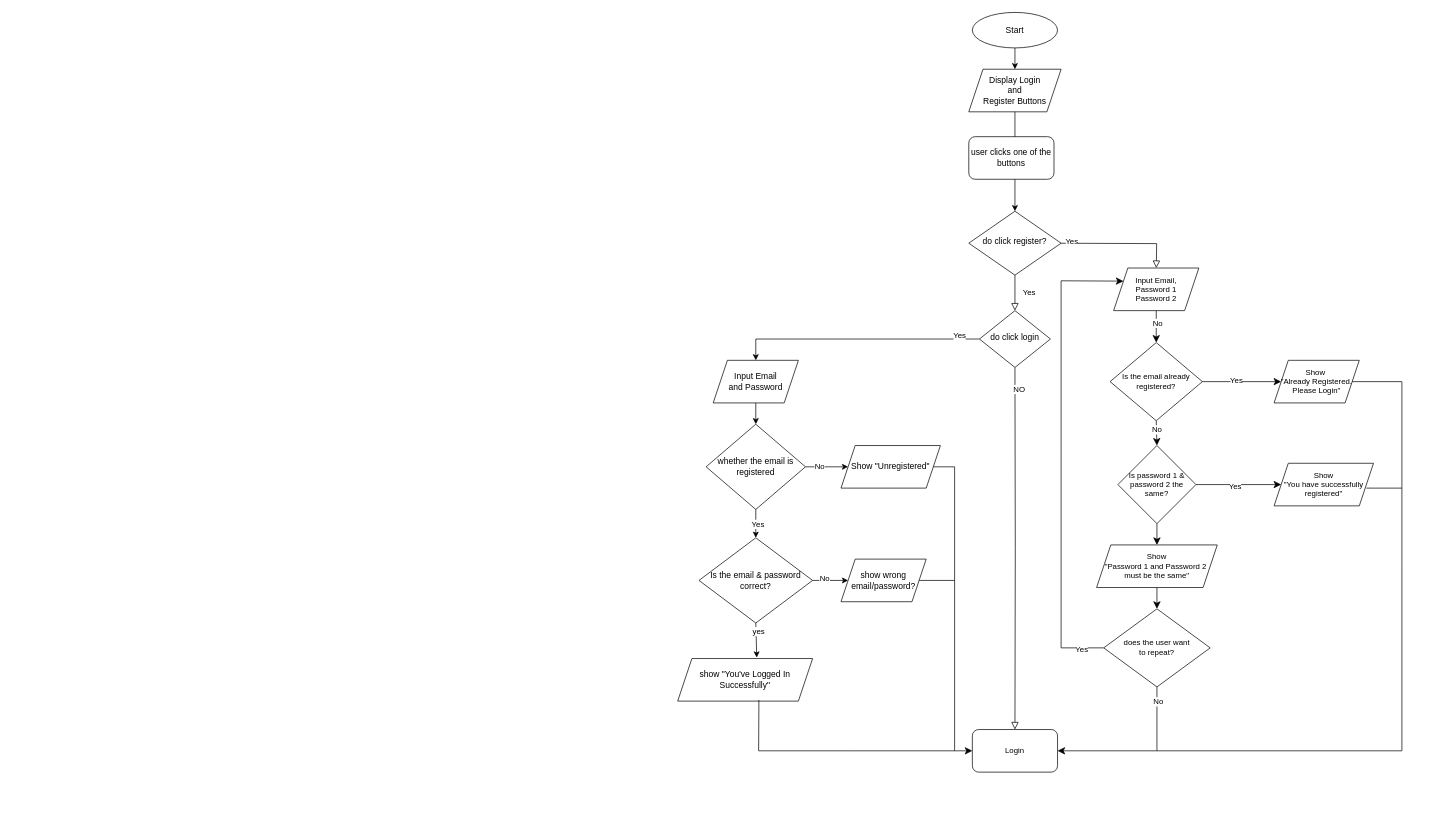
The draw.io diagram Diagram Tanpa Judul.drawio in naufalzahranf/pkl13-qtasnim, before the edit. Source tidied: cells renumbered, new cells numbered last; positions are measured from the earlier drawing's top-left corner, leaving out a move shared by most shapes. Both pictures are drawn from the tidied source at 71%, with x=0, y=0 at pixel (677, 12).
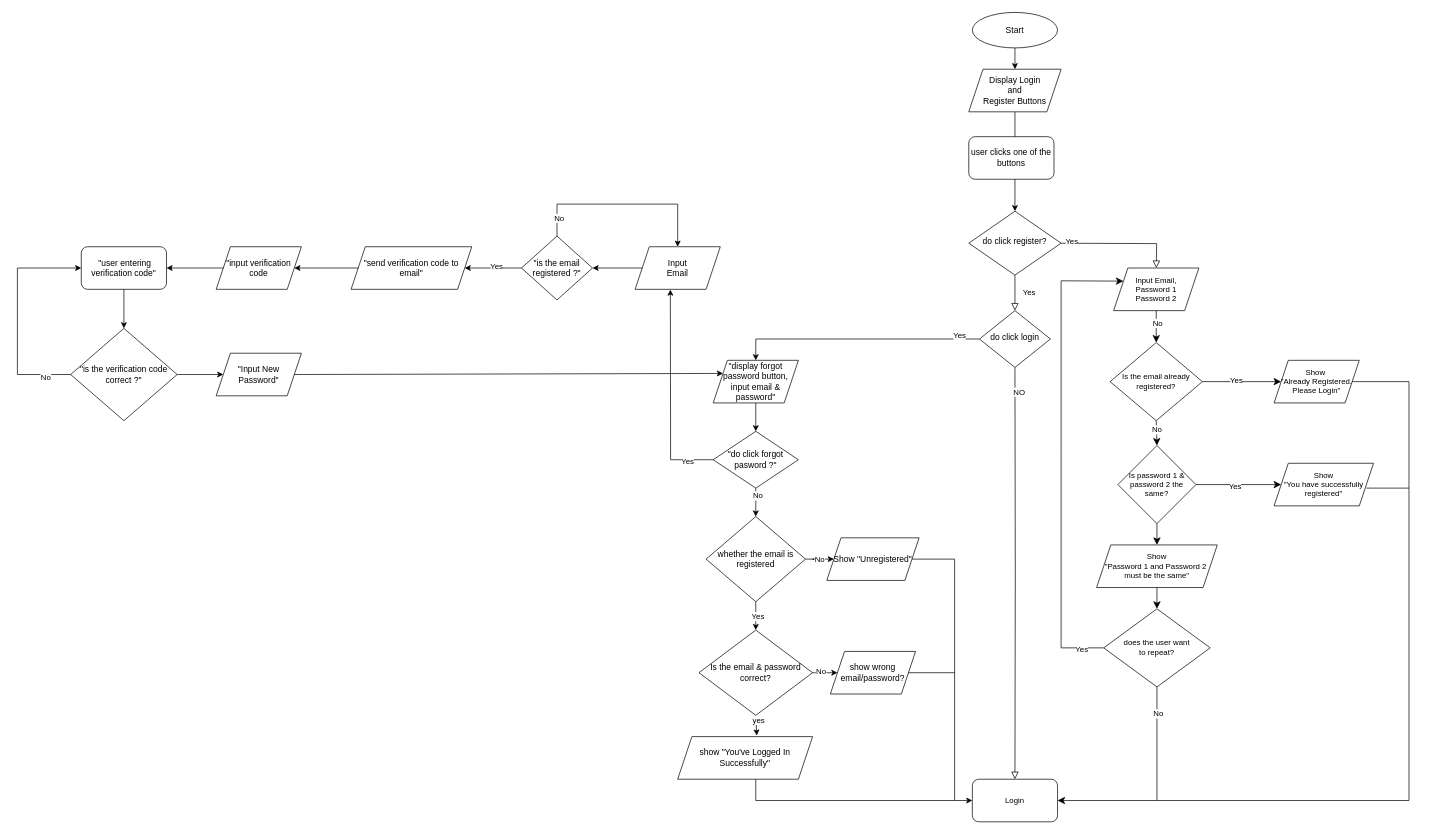
The same page after the edit.

The change refers to these unchanged cells:
```xml
<mxCell id="41" value="&lt;div&gt;Show&amp;nbsp;&lt;/div&gt;&lt;div&gt;&quot;Already Registered. Please Login&quot;&lt;/div&gt;" style="shape=parallelogram;perimeter=parallelogramPerimeter;whiteSpace=wrap;html=1;fixedSize=1;fontFamily=Helvetica;fontSize=11;fontColor=default;" parent="1" vertex="1">
  <mxGeometry x="840" y="490" width="120" height="60" as="geometry" />
</mxCell>
<mxCell id="51" value="does the user want &lt;br&gt;to repeat?" style="rhombus;whiteSpace=wrap;html=1;fontFamily=Helvetica;fontSize=11;fontColor=default;" parent="1" vertex="1">
  <mxGeometry x="600" y="840" width="150" height="110" as="geometry" />
</mxCell>
```

What changed in the source:
```diff
@@
-    <mxCell id="16" value="Input Email&lt;br&gt;and Password" style="shape=parallelogram;perimeter=parallelogramPerimeter;whiteSpace=wrap;html=1;fixedSize=1;" parent="1" vertex="1">
+    <mxCell id="16" value="&quot;display forgot password button, input email &amp;amp; password&quot;" style="shape=parallelogram;perimeter=parallelogramPerimeter;whiteSpace=wrap;html=1;fixedSize=1;" parent="1" vertex="1">
       <mxGeometry x="50" y="490" width="120" height="60" as="geometry" />
     </mxCell>
-    <mxCell id="17" style="endArrow=classic;html=1;rounded=0;entryX=0.5;entryY=0;entryDx=0;entryDy=0;" parent="1" edge="1" target="20">
-      <mxGeometry relative="1" as="geometry">
-        <mxPoint x="110" y="550" as="sourcePoint" />
-      </mxGeometry>
-    </mxCell>
@@
     <mxCell id="20" value="whether the email is registered" style="rhombus;whiteSpace=wrap;html=1;" parent="1" vertex="1">
-      <mxGeometry x="40" y="580" width="140" height="120" as="geometry" />
+      <mxGeometry x="40" y="710" width="140" height="120" as="geometry" />
     </mxCell>
     <mxCell id="21" value="Show &quot;Unregistered&quot;" style="shape=parallelogram;perimeter=parallelogramPerimeter;whiteSpace=wrap;html=1;fixedSize=1;" parent="1" vertex="1">
-      <mxGeometry x="230" y="610" width="140" height="60" as="geometry" />
+      <mxGeometry x="210" y="740" width="130" height="60" as="geometry" />
     </mxCell>
@@
     <mxCell id="24" value="Is the email &amp;amp; password correct?" style="rhombus;whiteSpace=wrap;html=1;" parent="1" vertex="1">
-      <mxGeometry x="30" y="740" width="160" height="120" as="geometry" />
+      <mxGeometry x="30" y="870" width="160" height="120" as="geometry" />
     </mxCell>
@@
     <mxCell id="29" value="show wrong email/password?" style="shape=parallelogram;perimeter=parallelogramPerimeter;whiteSpace=wrap;html=1;fixedSize=1;" parent="1" vertex="1">
-      <mxGeometry x="230" y="770" width="120" height="60" as="geometry" />
+      <mxGeometry x="215" y="900" width="120" height="60" as="geometry" />
     </mxCell>
     <mxCell id="30" value="show &quot;You've Logged In Successfully&quot;" style="shape=parallelogram;perimeter=parallelogramPerimeter;whiteSpace=wrap;html=1;fixedSize=1;" parent="1" vertex="1">
-      <mxGeometry y="910" width="190" height="60" as="geometry" />
+      <mxGeometry y="1020" width="190" height="60" as="geometry" />
     </mxCell>
-    <mxCell id="31" style="endArrow=classic;html=1;rounded=0;shadow=0;labelBackgroundColor=none;strokeColor=default;strokeWidth=1;align=center;verticalAlign=middle;fontFamily=Helvetica;fontSize=11;fontColor=default;endSize=8;shape=connector;exitX=0.602;exitY=0.976;exitDx=0;exitDy=0;exitPerimeter=0;entryX=0;entryY=0.5;entryDx=0;entryDy=0;" parent="1" edge="1" source="30">
-      <mxGeometry relative="1" as="geometry">
-        <mxPoint x="415" y="1040" as="targetPoint" />
-        <Array as="points">
-          <mxPoint x="114" y="1040" />
-          <mxPoint x="240" y="1040" />
-        </Array>
-      </mxGeometry>
-    </mxCell>
-    <mxCell id="32" style="endArrow=none;html=1;rounded=0;shadow=0;labelBackgroundColor=none;strokeColor=default;strokeWidth=1;align=center;verticalAlign=middle;fontFamily=Helvetica;fontSize=11;fontColor=default;endSize=8;shape=connector;exitX=1;exitY=0.5;exitDx=0;exitDy=0;" parent="1" edge="1" source="21">
-      <mxGeometry relative="1" as="geometry">
-        <mxPoint x="390" y="1040" as="targetPoint" />
-        <Array as="points">
-          <mxPoint x="390" y="640" />
-        </Array>
-      </mxGeometry>
-    </mxCell>
     <mxCell id="33" style="endArrow=none;html=1;rounded=0;shadow=0;labelBackgroundColor=none;strokeColor=default;strokeWidth=1;align=center;verticalAlign=middle;fontFamily=Helvetica;fontSize=11;fontColor=default;endSize=8;shape=connector;exitX=1;exitY=0.5;exitDx=0;exitDy=0;" parent="1" edge="1" source="29">
       <mxGeometry relative="1" as="geometry">
-        <mxPoint x="390" y="800" as="targetPoint" />
+        <mxPoint x="390" y="930" as="targetPoint" />
       </mxGeometry>
     </mxCell>
     <mxCell id="34" value="Login&lt;br&gt;" style="rounded=1;whiteSpace=wrap;html=1;fontFamily=Helvetica;fontSize=11;fontColor=default;" parent="1" vertex="1">
-      <mxGeometry x="415" y="1010" width="120" height="60" as="geometry" />
+      <mxGeometry x="415" y="1080" width="120" height="60" as="geometry" />
     </mxCell>
@@
     <mxCell id="54" style="endArrow=classic;html=1;rounded=0;shadow=0;labelBackgroundColor=none;strokeColor=default;strokeWidth=1;align=center;verticalAlign=middle;fontFamily=Helvetica;fontSize=11;fontColor=default;endSize=8;shape=connector;" parent="1" edge="1" source="41" target="34">
       <mxGeometry relative="1" as="geometry">
         <Array as="points">
-          <mxPoint x="1020" y="520" />
-          <mxPoint x="1020" y="780" />
-          <mxPoint x="1020" y="1040" />
+          <mxPoint x="1030" y="520" />
+          <mxPoint x="1030" y="1110" />
         </Array>
       </mxGeometry>
     </mxCell>
     <mxCell id="55" style="endArrow=none;html=1;rounded=0;shadow=0;labelBackgroundColor=none;strokeColor=default;strokeWidth=1;align=center;verticalAlign=middle;fontFamily=Helvetica;fontSize=11;fontColor=default;endSize=8;shape=connector;" parent="1" edge="1" source="51">
       <mxGeometry relative="1" as="geometry">
-        <mxPoint x="675" y="1040" as="targetPoint" />
+        <mxPoint x="675" y="1110" as="targetPoint" />
       </mxGeometry>
     </mxCell>
@@
     <mxCell id="57" style="endArrow=none;html=1;rounded=0;shadow=0;labelBackgroundColor=none;strokeColor=default;strokeWidth=1;align=center;verticalAlign=middle;fontFamily=Helvetica;fontSize=11;fontColor=default;endSize=8;shape=connector;" parent="1" edge="1">
       <mxGeometry relative="1" as="geometry">
         <mxPoint x="970" y="670" as="sourcePoint" />
-        <mxPoint x="1020" y="670" as="targetPoint" />
+        <mxPoint x="1030" y="670" as="targetPoint" />
       </mxGeometry>
     </mxCell>
+    <mxCell id="58" value="&quot;do click forgot pasword ?&quot;" style="rhombus;whiteSpace=wrap;html=1;" parent="1" vertex="1">
+      <mxGeometry x="50" y="590" width="120" height="80" as="geometry" />
+    </mxCell>
+    <mxCell id="59" style="endArrow=classic;html=1;rounded=0;exitX=0.5;exitY=1;exitDx=0;exitDy=0;entryX=0.5;entryY=0;entryDx=0;entryDy=0;" parent="1" edge="1" source="58" target="20">
+      <mxGeometry relative="1" as="geometry" />
+    </mxCell>
+    <mxCell id="60" value="No" style="edgeLabel;html=1;align=center;verticalAlign=middle;" parent="59" vertex="1">
+      <mxGeometry x="-0.48" y="2" relative="1" as="geometry" />
+    </mxCell>
+    <mxCell id="61" style="endArrow=classic;html=1;rounded=0;exitX=0.5;exitY=1;exitDx=0;exitDy=0;entryX=0.5;entryY=0;entryDx=0;entryDy=0;" parent="1" edge="1" source="16" target="58">
+      <mxGeometry relative="1" as="geometry" />
+    </mxCell>
+    <mxCell id="62" style="endArrow=classic;html=1;rounded=0;entryX=0;entryY=0.5;entryDx=0;entryDy=0;" parent="1" edge="1" target="34">
+      <mxGeometry relative="1" as="geometry">
+        <mxPoint x="110" y="1080" as="sourcePoint" />
+        <Array as="points">
+          <mxPoint x="110" y="1110" />
+        </Array>
+      </mxGeometry>
+    </mxCell>
+    <mxCell id="63" style="endArrow=none;html=1;rounded=0;" parent="1" edge="1" source="21">
+      <mxGeometry relative="1" as="geometry">
+        <mxPoint x="390" y="1110" as="targetPoint" />
+        <Array as="points">
+          <mxPoint x="390" y="770" />
+        </Array>
+      </mxGeometry>
+    </mxCell>
+    <mxCell id="64" style="endArrow=classic;html=1;rounded=0;exitX=0;exitY=0.5;exitDx=0;exitDy=0;entryX=0.414;entryY=1.006;entryDx=0;entryDy=0;entryPerimeter=0;" parent="1" edge="1" source="58" target="66">
+      <mxGeometry relative="1" as="geometry">
+        <Array as="points">
+          <mxPoint x="-10" y="630" />
+        </Array>
+      </mxGeometry>
+    </mxCell>
+    <mxCell id="65" value="Yes" style="edgeLabel;html=1;align=center;verticalAlign=middle;" parent="64" vertex="1">
+      <mxGeometry x="-0.75" y="1" relative="1" as="geometry" />
+    </mxCell>
+    <mxCell id="66" value="Input&lt;br&gt;Email" style="shape=parallelogram;perimeter=parallelogramPerimeter;whiteSpace=wrap;html=1;fixedSize=1;" parent="1" vertex="1">
+      <mxGeometry x="-60" y="330" width="120" height="60" as="geometry" />
+    </mxCell>
+    <mxCell id="67" value="&quot;send verification code to email&quot;" style="shape=parallelogram;perimeter=parallelogramPerimeter;whiteSpace=wrap;html=1;fixedSize=1;" parent="1" vertex="1">
+      <mxGeometry x="-460" y="330" width="170" height="60" as="geometry" />
+    </mxCell>
+    <mxCell id="68" value="&quot;is the email registered ?&quot;" style="rhombus;whiteSpace=wrap;html=1;" parent="1" vertex="1">
+      <mxGeometry x="-220" y="315" width="100" height="90" as="geometry" />
+    </mxCell>
+    <mxCell id="69" style="endArrow=classic;html=1;rounded=0;entryX=1;entryY=0.5;entryDx=0;entryDy=0;" parent="1" edge="1" source="66" target="68">
+      <mxGeometry relative="1" as="geometry" />
+    </mxCell>
+    <mxCell id="70" style="endArrow=classic;html=1;rounded=0;exitX=0;exitY=0.5;exitDx=0;exitDy=0;entryX=1;entryY=0.5;entryDx=0;entryDy=0;" parent="1" edge="1" source="68" target="67">
+      <mxGeometry relative="1" as="geometry" />
+    </mxCell>
+    <mxCell id="71" value="Yes&lt;br&gt;" style="edgeLabel;html=1;align=center;verticalAlign=middle;" parent="70" vertex="1">
+      <mxGeometry x="-0.11" y="-3" relative="1" as="geometry" />
+    </mxCell>
+    <mxCell id="72" style="endArrow=classic;html=1;rounded=0;entryX=0.5;entryY=0;entryDx=0;entryDy=0;exitX=0.5;exitY=0;exitDx=0;exitDy=0;" parent="1" edge="1" source="68" target="66">
+      <mxGeometry relative="1" as="geometry">
+        <Array as="points">
+          <mxPoint x="-170" y="270" />
+          <mxPoint y="270" />
+        </Array>
+      </mxGeometry>
+    </mxCell>
+    <mxCell id="73" value="No" style="edgeLabel;html=1;align=center;verticalAlign=middle;" parent="72" vertex="1">
+      <mxGeometry x="-0.81" y="-2" relative="1" as="geometry" />
+    </mxCell>
+    <mxCell id="74" style="endArrow=classic;html=1;rounded=0;exitX=0;exitY=0.5;exitDx=0;exitDy=0;" parent="1" edge="1" source="67" target="75">
+      <mxGeometry relative="1" as="geometry" />
+    </mxCell>
+    <mxCell id="75" value="&quot;input verification code" style="shape=parallelogram;perimeter=parallelogramPerimeter;whiteSpace=wrap;html=1;fixedSize=1;" parent="1" vertex="1">
+      <mxGeometry x="-650" y="330" width="120" height="60" as="geometry" />
+    </mxCell>
+    <mxCell id="76" style="endArrow=classic;html=1;rounded=0;exitX=0;exitY=0.5;exitDx=0;exitDy=0;entryX=1;entryY=0.5;entryDx=0;entryDy=0;" parent="1" edge="1" source="75" target="77">
+      <mxGeometry relative="1" as="geometry" />
+    </mxCell>
+    <mxCell id="77" value="&amp;nbsp;&quot;user entering verification code&quot;" style="rounded=1;whiteSpace=wrap;html=1;" parent="1" vertex="1">
+      <mxGeometry x="-840" y="330" width="120" height="60" as="geometry" />
+    </mxCell>
+    <mxCell id="78" style="endArrow=classic;html=1;rounded=0;exitX=0.5;exitY=1;exitDx=0;exitDy=0;entryX=0.5;entryY=0;entryDx=0;entryDy=0;" parent="1" edge="1" source="77" target="79">
+      <mxGeometry relative="1" as="geometry" />
+    </mxCell>
+    <mxCell id="79" value="&quot;is the verification code correct ?&quot;" style="rhombus;whiteSpace=wrap;html=1;" parent="1" vertex="1">
+      <mxGeometry x="-855" y="445" width="150" height="130" as="geometry" />
+    </mxCell>
+    <mxCell id="80" style="endArrow=classic;html=1;rounded=0;exitX=0;exitY=0.5;exitDx=0;exitDy=0;entryX=0;entryY=0.5;entryDx=0;entryDy=0;" parent="1" edge="1" source="79" target="77">
+      <mxGeometry relative="1" as="geometry">
+        <Array as="points">
+          <mxPoint x="-930" y="510" />
+          <mxPoint x="-930" y="360" />
+        </Array>
+      </mxGeometry>
+    </mxCell>
+    <mxCell id="81" value="No" style="edgeLabel;html=1;align=center;verticalAlign=middle;" parent="80" vertex="1">
+      <mxGeometry x="-0.78" y="3" relative="1" as="geometry">
+        <mxPoint x="-1" as="offset" />
+      </mxGeometry>
+    </mxCell>
+    <mxCell id="82" style="endArrow=classic;html=1;rounded=0;entryX=0;entryY=0.5;entryDx=0;entryDy=0;" parent="1" edge="1" source="79" target="83">
+      <mxGeometry relative="1" as="geometry" />
+    </mxCell>
+    <mxCell id="83" value="&quot;Input New&lt;br&gt;Password&quot;" style="shape=parallelogram;perimeter=parallelogramPerimeter;whiteSpace=wrap;html=1;fixedSize=1;" parent="1" vertex="1">
+      <mxGeometry x="-650" y="480" width="120" height="60" as="geometry" />
+    </mxCell>
+    <mxCell id="84" style="endArrow=classic;html=1;rounded=0;exitX=1;exitY=0.5;exitDx=0;exitDy=0;entryX=0;entryY=0.25;entryDx=0;entryDy=0;" parent="1" edge="1" source="83" target="16">
+      <mxGeometry relative="1" as="geometry" />
+    </mxCell>
```
